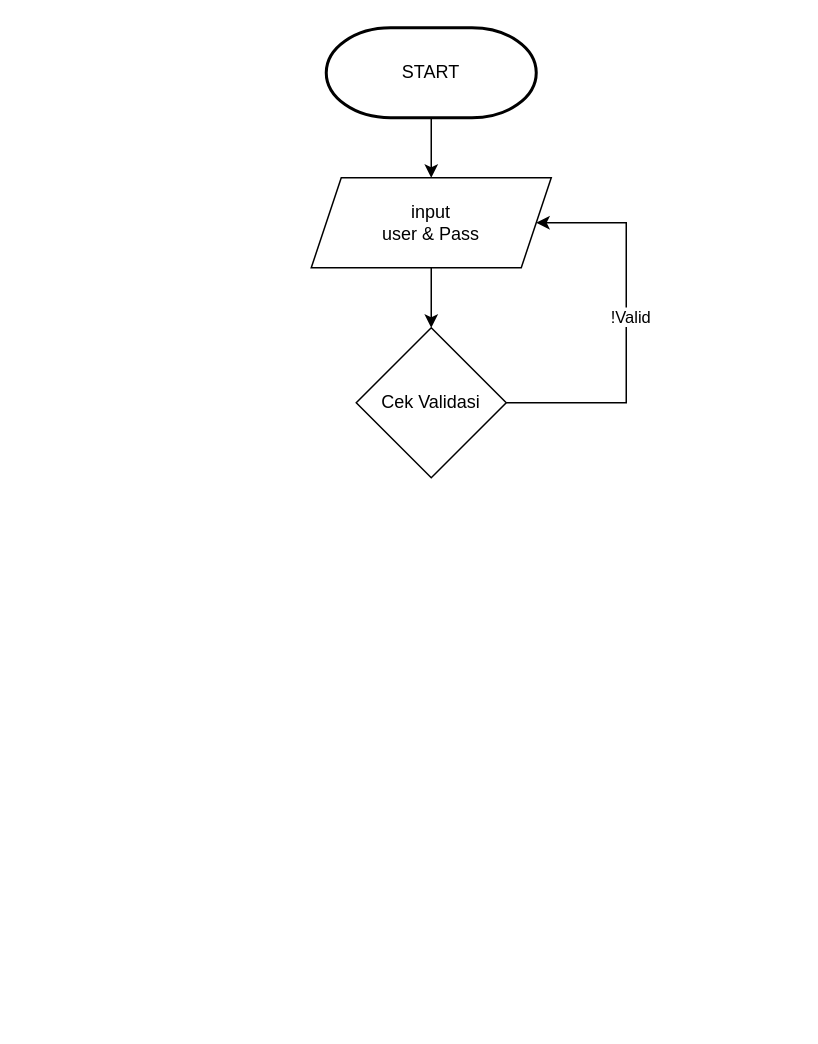
Before: page "Halaman Login dfd" (1 of 3) of Halaman Login dfd.drawio in SugengBudiArter/-SugengBudiArter.github.io, a draw.io diagram. Source tidied: cells renumbered, new cells numbered last; positions are measured from the earlier drawing's top-left corner, leaving out a move shared by most shapes. Both pictures are drawn from the tidied source at 150%, with x=0, y=0 at pixel (310, 27).
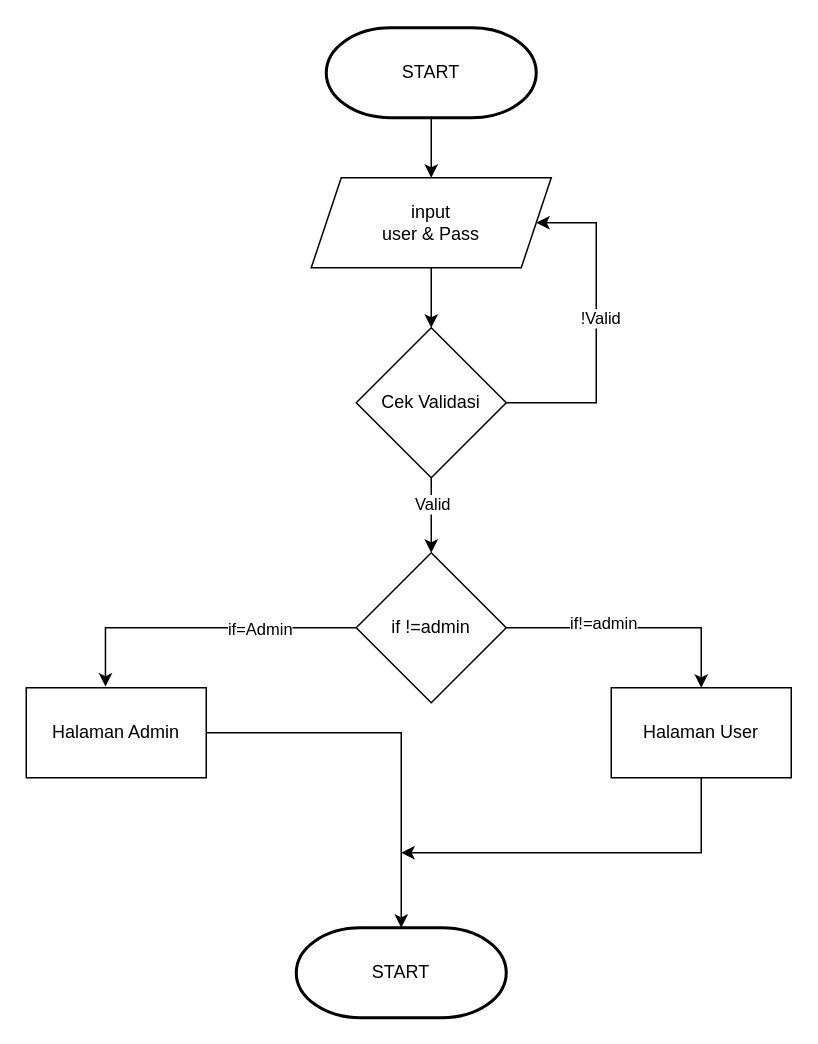
After the change.

The change refers to these unchanged cells:
```xml
<mxCell id="6" value="Cek Validasi" style="rhombus;whiteSpace=wrap;html=1;" parent="1" vertex="1">
  <mxGeometry x="30" y="200" width="100" height="100" as="geometry" />
</mxCell>
<mxCell id="8" value="input&lt;br&gt;user &amp;amp; Pass" style="shape=parallelogram;perimeter=parallelogramPerimeter;whiteSpace=wrap;html=1;fixedSize=1;" parent="1" vertex="1">
  <mxGeometry y="100" width="160" height="60" as="geometry" />
</mxCell>
```

Change to the diagram source:
```diff
@@
     <mxCell id="4" style="edgeStyle=orthogonalEdgeStyle;rounded=0;jettySize=auto;html=1;entryX=1;entryY=0.5;entryDx=0;entryDy=0;" parent="1" edge="1" source="6" target="8">
       <mxGeometry relative="1" as="geometry">
         <Array as="points">
-          <mxPoint x="210" y="250" />
-          <mxPoint x="210" y="130" />
+          <mxPoint x="190" y="250" />
+          <mxPoint x="190" y="130" />
         </Array>
       </mxGeometry>
     </mxCell>
@@
+    <mxCell id="9" style="edgeStyle=orthogonalEdgeStyle;rounded=0;jettySize=auto;html=1;entryX=0.5;entryY=0;entryDx=0;entryDy=0;entryPerimeter=0;" parent="1" edge="1" source="6">
+      <mxGeometry relative="1" as="geometry">
+        <mxPoint x="80" y="350" as="targetPoint" />
+      </mxGeometry>
+    </mxCell>
+    <mxCell id="10" value="Valid" style="edgeLabel;html=1;align=center;verticalAlign=middle;" parent="9" vertex="1">
+      <mxGeometry x="-0.32" relative="1" as="geometry" />
+    </mxCell>
+    <mxCell id="11" value="START" style="strokeWidth=2;html=1;shape=mxgraph.flowchart.terminator;whiteSpace=wrap;" parent="1" vertex="1">
+      <mxGeometry x="-10" y="600" width="140" height="60" as="geometry" />
+    </mxCell>
+    <mxCell id="12" style="edgeStyle=orthogonalEdgeStyle;rounded=0;jettySize=auto;html=1;entryX=0.5;entryY=0;entryDx=0;entryDy=0;" parent="1" edge="1" source="14" target="17">
+      <mxGeometry relative="1" as="geometry" />
+    </mxCell>
+    <mxCell id="13" value="if!=admin" style="edgeLabel;html=1;align=center;verticalAlign=middle;" parent="12" vertex="1">
+      <mxGeometry x="-0.25" y="4" relative="1" as="geometry" />
+    </mxCell>
+    <mxCell id="14" value="if !=admin" style="rhombus;whiteSpace=wrap;html=1;" parent="1" vertex="1">
+      <mxGeometry x="30" y="350" width="100" height="100" as="geometry" />
+    </mxCell>
+    <mxCell id="15" value="Halaman Admin" style="rounded=0;whiteSpace=wrap;html=1;" parent="1" vertex="1">
+      <mxGeometry x="-190" y="440" width="120" height="60" as="geometry" />
+    </mxCell>
+    <mxCell id="16" style="edgeStyle=orthogonalEdgeStyle;rounded=0;jettySize=auto;html=1;" parent="1" edge="1" source="17">
+      <mxGeometry relative="1" as="geometry">
+        <mxPoint x="60" y="550" as="targetPoint" />
+        <Array as="points">
+          <mxPoint x="260" y="550" />
+        </Array>
+      </mxGeometry>
+    </mxCell>
+    <mxCell id="17" value="Halaman User" style="rounded=0;whiteSpace=wrap;html=1;" parent="1" vertex="1">
+      <mxGeometry x="200" y="440" width="120" height="60" as="geometry" />
+    </mxCell>
+    <mxCell id="18" style="edgeStyle=orthogonalEdgeStyle;rounded=0;jettySize=auto;html=1;entryX=0.44;entryY=-0.012;entryDx=0;entryDy=0;entryPerimeter=0;" parent="1" edge="1" source="14" target="15">
+      <mxGeometry relative="1" as="geometry" />
+    </mxCell>
+    <mxCell id="19" value="if=Admin" style="edgeLabel;html=1;align=center;verticalAlign=middle;" parent="18" vertex="1">
+      <mxGeometry x="-0.37" relative="1" as="geometry" />
+    </mxCell>
+    <mxCell id="20" style="edgeStyle=orthogonalEdgeStyle;rounded=0;jettySize=auto;html=1;entryX=0.5;entryY=0;entryDx=0;entryDy=0;entryPerimeter=0;" parent="1" edge="1" source="15" target="11">
+      <mxGeometry relative="1" as="geometry">
+        <Array as="points">
+          <mxPoint x="60" y="470" />
+          <mxPoint x="60" y="590" />
+        </Array>
+      </mxGeometry>
+    </mxCell>
```
